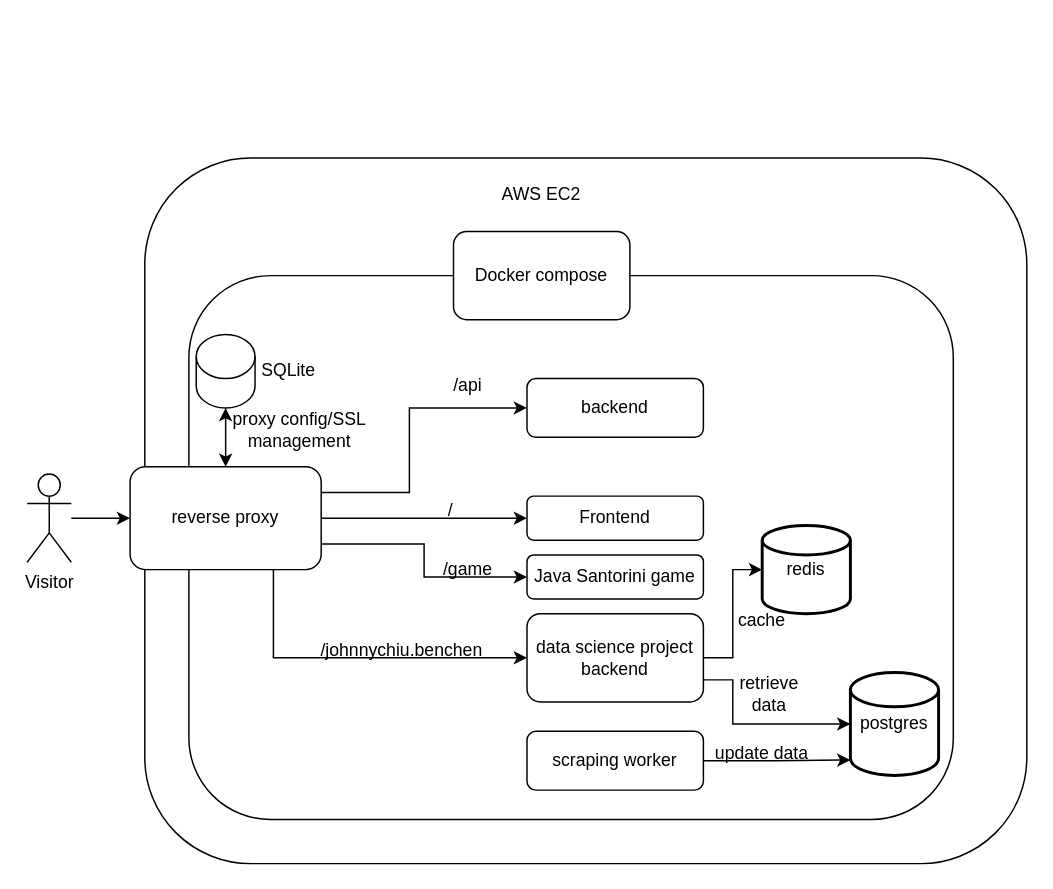
Before: Untitled Diagram.drawio in benntuecon/personal-portfolio, a draw.io diagram. Source tidied: cells renumbered, new cells numbered last; positions are measured from the earlier drawing's top-left corner, leaving out a move shared by most shapes. Both pictures are drawn from the tidied source at 147%, with x=0, y=0 at pixel (26, 157).
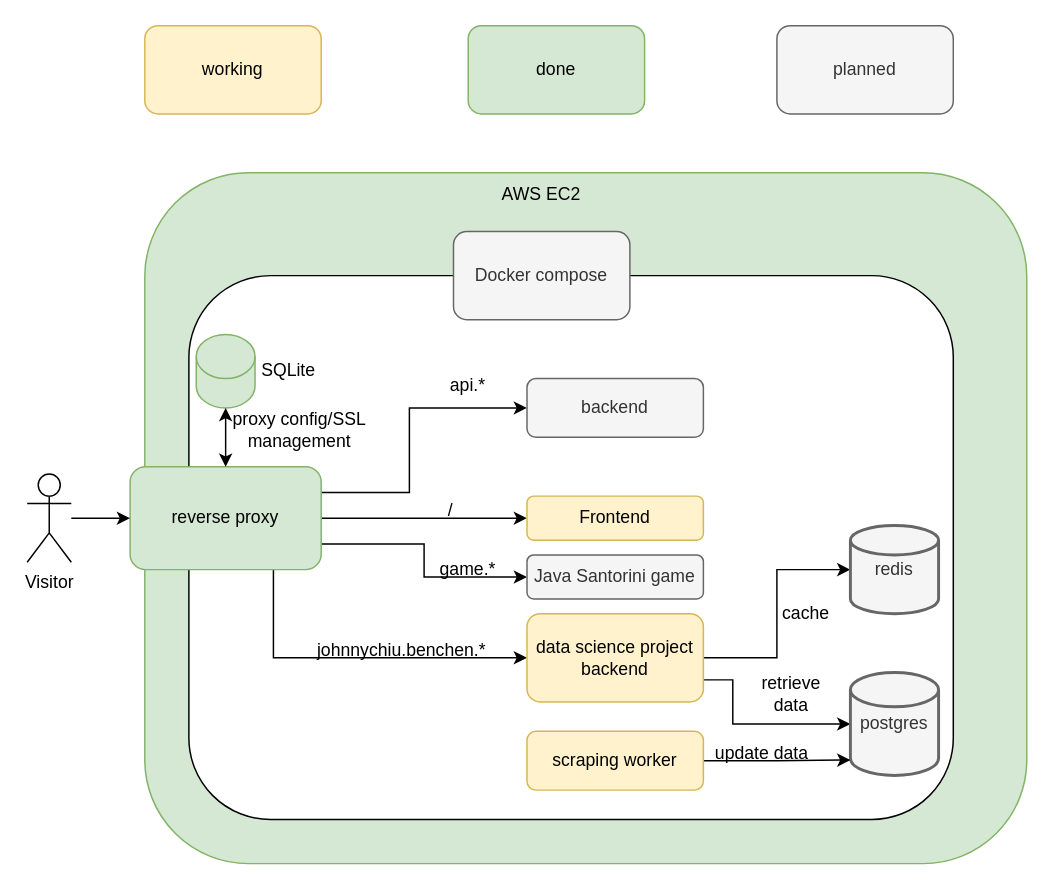
After the change.

Change to the diagram source:
```diff
@@
-    <mxCell id="2" style="rounded=1;whiteSpace=wrap;html=1;" parent="1" vertex="1">
-      <mxGeometry x="80" width="600" height="480" as="geometry" />
+    <mxCell id="2" style="rounded=1;whiteSpace=wrap;html=1;fillColor=#d5e8d4;strokeColor=#82b366;" parent="1" vertex="1">
+      <mxGeometry x="80" y="10" width="600" height="470" as="geometry" />
     </mxCell>
@@
-    <mxCell id="9" value="reverse proxy" style="rounded=1;whiteSpace=wrap;html=1;" parent="1" vertex="1">
+    <mxCell id="9" value="reverse proxy" style="rounded=1;whiteSpace=wrap;html=1;fillColor=#d5e8d4;strokeColor=#82b366;" parent="1" vertex="1">
       <mxGeometry x="70" y="210" width="130" height="70" as="geometry" />
     </mxCell>
@@
-    <mxCell id="11" style="shape=cylinder3;whiteSpace=wrap;html=1;boundedLbl=1;backgroundOutline=1;size=15;" parent="1" vertex="1">
+    <mxCell id="11" style="shape=cylinder3;whiteSpace=wrap;html=1;boundedLbl=1;backgroundOutline=1;size=15;fillColor=#d5e8d4;strokeColor=#82b366;" parent="1" vertex="1">
       <mxGeometry x="115" y="120" width="40" height="50" as="geometry" />
     </mxCell>
@@
-    <mxCell id="16" value="Frontend" style="rounded=1;whiteSpace=wrap;html=1;" parent="1" vertex="1">
+    <mxCell id="16" value="Frontend" style="rounded=1;whiteSpace=wrap;html=1;fillColor=#fff2cc;strokeColor=#d6b656;" parent="1" vertex="1">
       <mxGeometry x="340" y="230" width="120" height="30" as="geometry" />
     </mxCell>
-    <mxCell id="17" value="Java Santorini game" style="rounded=1;whiteSpace=wrap;html=1;" parent="1" vertex="1">
+    <mxCell id="17" value="Java Santorini game" style="rounded=1;whiteSpace=wrap;html=1;fillColor=#f5f5f5;fontColor=#333333;strokeColor=#666666;" parent="1" vertex="1">
       <mxGeometry x="340" y="270" width="120" height="30" as="geometry" />
     </mxCell>
-    <mxCell id="18" value="Docker compose" style="rounded=1;whiteSpace=wrap;html=1;" parent="1" vertex="1">
+    <mxCell id="18" value="Docker compose" style="rounded=1;whiteSpace=wrap;html=1;fillColor=#f5f5f5;fontColor=#333333;strokeColor=#666666;" parent="1" vertex="1">
       <mxGeometry x="290" y="50" width="120" height="60" as="geometry" />
     </mxCell>
@@
-    <mxCell id="20" value="backend" style="rounded=1;whiteSpace=wrap;html=1;" parent="1" vertex="1">
+    <mxCell id="20" value="backend" style="rounded=1;whiteSpace=wrap;html=1;fillColor=#f5f5f5;fontColor=#333333;strokeColor=#666666;" parent="1" vertex="1">
       <mxGeometry x="340" y="150" width="120" height="40" as="geometry" />
     </mxCell>
@@
-    <mxCell id="23" value="data science project backend" style="rounded=1;whiteSpace=wrap;html=1;" parent="1" vertex="1">
+    <mxCell id="23" value="data science project backend" style="rounded=1;whiteSpace=wrap;html=1;fillColor=#fff2cc;strokeColor=#d6b656;" parent="1" vertex="1">
       <mxGeometry x="340" y="310" width="120" height="60" as="geometry" />
     </mxCell>
-    <mxCell id="24" value="redis" style="strokeWidth=2;html=1;shape=mxgraph.flowchart.database;whiteSpace=wrap;" parent="1" vertex="1">
-      <mxGeometry x="500" y="250" width="60" height="60" as="geometry" />
+    <mxCell id="24" value="redis" style="strokeWidth=2;html=1;shape=mxgraph.flowchart.database;whiteSpace=wrap;fillColor=#f5f5f5;fontColor=#333333;strokeColor=#666666;" parent="1" vertex="1">
+      <mxGeometry x="560" y="250" width="60" height="60" as="geometry" />
     </mxCell>
     <mxCell id="25" value="cache" style="text;html=1;strokeColor=none;fillColor=none;align=center;verticalAlign=middle;whiteSpace=wrap;rounded=0;" parent="1" vertex="1">
-      <mxGeometry x="470" y="300" width="60" height="30" as="geometry" />
+      <mxGeometry x="500" y="295" width="60" height="30" as="geometry" />
     </mxCell>
-    <mxCell id="26" value="postgres" style="strokeWidth=2;html=1;shape=mxgraph.flowchart.database;whiteSpace=wrap;" parent="1" vertex="1">
+    <mxCell id="26" value="postgres" style="strokeWidth=2;html=1;shape=mxgraph.flowchart.database;whiteSpace=wrap;fillColor=#f5f5f5;fontColor=#333333;strokeColor=#666666;" parent="1" vertex="1">
       <mxGeometry x="560" y="350" width="60" height="70" as="geometry" />
     </mxCell>
@@
-    <mxCell id="28" value="scraping worker" style="rounded=1;whiteSpace=wrap;html=1;" parent="1" vertex="1">
+    <mxCell id="28" value="scraping worker" style="rounded=1;whiteSpace=wrap;html=1;fillColor=#fff2cc;strokeColor=#d6b656;" parent="1" vertex="1">
       <mxGeometry x="340" y="390" width="120" height="40" as="geometry" />
     </mxCell>
@@
     <mxCell id="30" value="retrieve data" style="text;html=1;strokeColor=none;fillColor=none;align=center;verticalAlign=middle;whiteSpace=wrap;rounded=0;" parent="1" vertex="1">
-      <mxGeometry x="475" y="350" width="60" height="30" as="geometry" />
+      <mxGeometry x="490" y="350" width="60" height="30" as="geometry" />
     </mxCell>
@@
-    <mxCell id="32" value="/api" style="text;html=1;strokeColor=none;fillColor=none;align=center;verticalAlign=middle;whiteSpace=wrap;rounded=0;" parent="1" vertex="1">
+    <mxCell id="32" value="api.*" style="text;html=1;strokeColor=none;fillColor=none;align=center;verticalAlign=middle;whiteSpace=wrap;rounded=0;" parent="1" vertex="1">
       <mxGeometry x="270" y="140" width="60" height="30" as="geometry" />
     </mxCell>
-    <mxCell id="33" value="/game" style="text;html=1;strokeColor=none;fillColor=none;align=center;verticalAlign=middle;whiteSpace=wrap;rounded=0;" parent="1" vertex="1">
+    <mxCell id="33" value="game.*" style="text;html=1;strokeColor=none;fillColor=none;align=center;verticalAlign=middle;whiteSpace=wrap;rounded=0;" parent="1" vertex="1">
       <mxGeometry x="270" y="265" width="60" height="30" as="geometry" />
     </mxCell>
-    <mxCell id="34" value="/johnnychiu.benchen" style="text;html=1;strokeColor=none;fillColor=none;align=center;verticalAlign=middle;whiteSpace=wrap;rounded=0;" parent="1" vertex="1">
+    <mxCell id="34" value="johnnychiu.benchen.*" style="text;html=1;strokeColor=none;fillColor=none;align=center;verticalAlign=middle;whiteSpace=wrap;rounded=0;" parent="1" vertex="1">
       <mxGeometry x="190" y="320" width="130" height="30" as="geometry" />
     </mxCell>
+    <mxCell id="35" value="working" style="rounded=1;whiteSpace=wrap;html=1;fillColor=#fff2cc;strokeColor=#d6b656;" parent="1" vertex="1">
+      <mxGeometry x="80" y="-90" width="120" height="60" as="geometry" />
+    </mxCell>
+    <mxCell id="36" value="done" style="rounded=1;whiteSpace=wrap;html=1;fillColor=#d5e8d4;strokeColor=#82b366;" parent="1" vertex="1">
+      <mxGeometry x="300" y="-90" width="120" height="60" as="geometry" />
+    </mxCell>
+    <mxCell id="37" value="planned" style="rounded=1;whiteSpace=wrap;html=1;fillColor=#f5f5f5;fontColor=#333333;strokeColor=#666666;" parent="1" vertex="1">
+      <mxGeometry x="510" y="-90" width="120" height="60" as="geometry" />
+    </mxCell>
```
